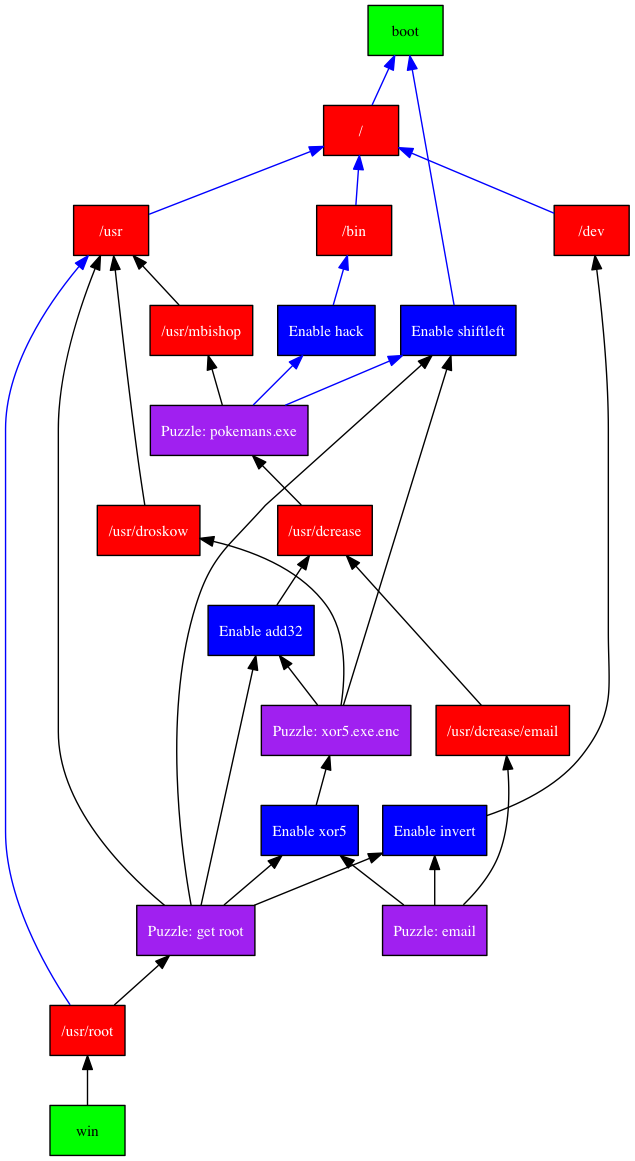
Earlier version of the Graphviz export NonUnityAssets/Dependencies/chart.dot.png (pikkpoiss/ld36). Its source is kept beside it as NonUnityAssets/Dependencies/chart.dot.
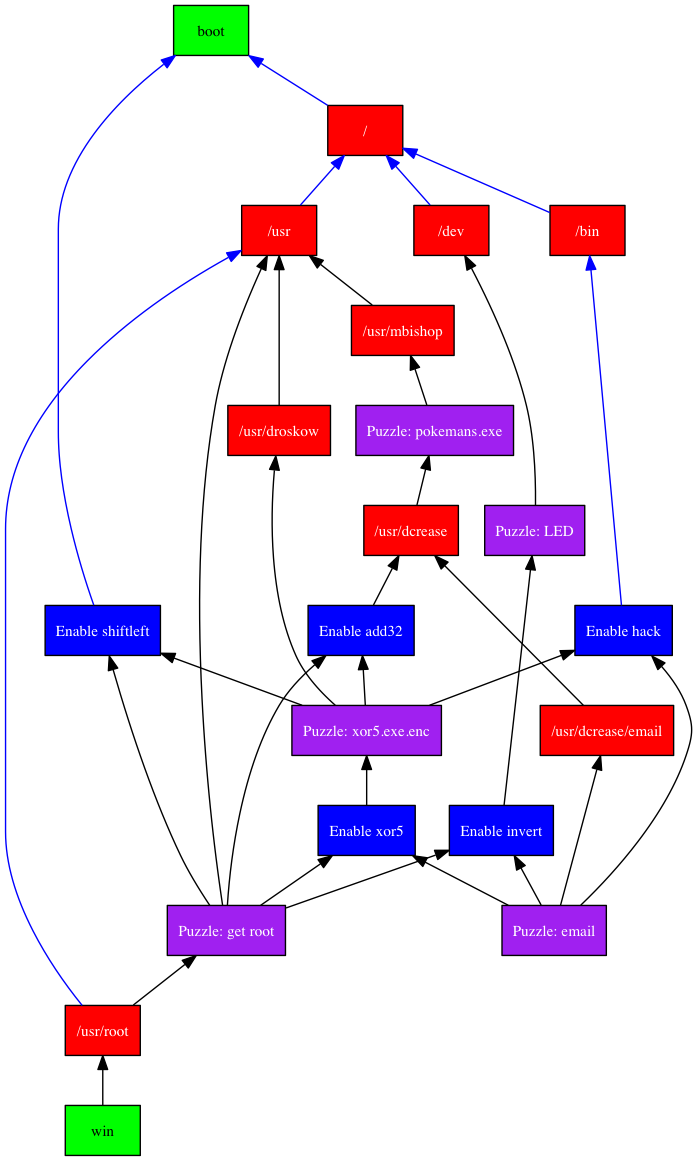
Later version of the same file.

Commit message:
Pokemans implemented

Change to the diagram source:
```diff
@@ -9,6 +9,8 @@
   enable_invert [label="Enable invert", fillcolor=blue, fontcolor=white]
   enable_add32 [label="Enable add32", fillcolor=blue, fontcolor=white]
 
+
+  puzzle_led [label="Puzzle: LED", fillcolor=purple, fontcolor=white]
   puzzle_pokemans [label="Puzzle: pokemans.exe", fillcolor=purple, fontcolor=white]
   puzzle_xor5 [label="Puzzle: xor5.exe.enc", fillcolor=purple, fontcolor=white]
   puzzle_email [label="Puzzle: email", fillcolor=purple, fontcolor=white]
@@ -46,17 +48,18 @@
 
   enable_hack -> bin [color=blue]
 
+  puzzle_led -> dev
 
   puzzle_pokemans -> usr_mbishop
-  puzzle_pokemans -> enable_hack [color=blue]
-  puzzle_pokemans -> enable_left [color=blue]
 
+  puzzle_xor5 -> enable_hack
   puzzle_xor5 -> enable_left
   puzzle_xor5 -> enable_add32
   puzzle_xor5 -> usr_droskow
 
   enable_xor5 -> puzzle_xor5
 
+  puzzle_email -> enable_hack
   puzzle_email -> enable_xor5
   puzzle_email -> enable_invert
   puzzle_email -> usr_dcrease_email
@@ -67,7 +70,7 @@
   puzzle_getroot -> enable_add32
   puzzle_getroot -> usr
 
-  enable_invert -> dev
+  enable_invert -> puzzle_led
   enable_add32 -> usr_dcrease
 
   win -> usr_root
```
